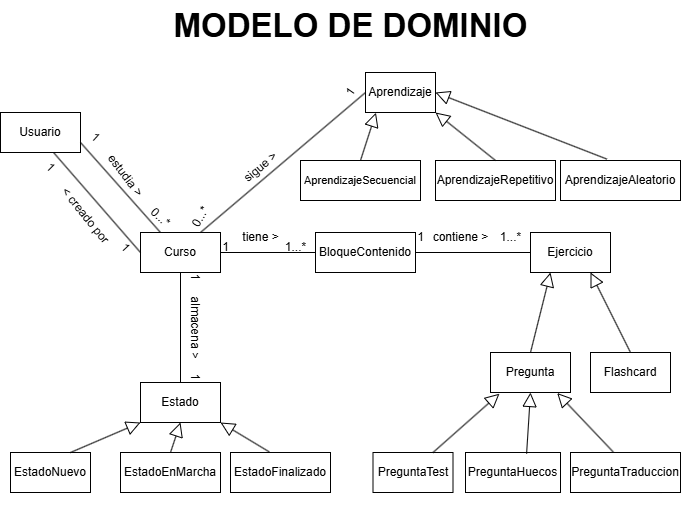
This is DocumentosProyecto/modelo_dominio_proyecto.png from ibracb/duolingo-baratero, a draw.io export, as it was before one commit. Source tidied: cells renumbered, new cells last; positions are measured from the earlier drawing's top-left corner, leaving out a move shared by most shapes.
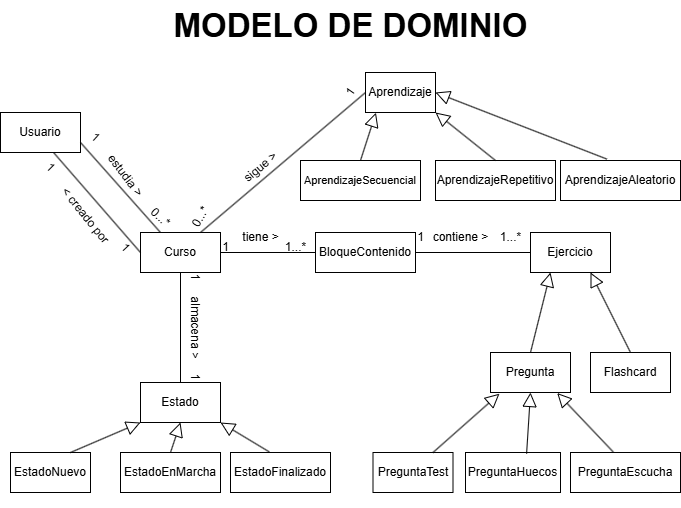
Above is the later version.

Commit message:
Modificando una pregunta, en vez de poner traducción sería escucha

What changed in the source:
```diff
@@ -165,7 +165,7 @@
         <mxPoint x="619" y="471" as="sourcePoint" />
       </mxGeometry>
     </mxCell>
-    <mxCell id="55" value="PreguntaTraduccion" style="whiteSpace=wrap;html=1;align=center;" parent="1" vertex="1">
+    <mxCell id="55" value="PreguntaEscucha" style="whiteSpace=wrap;html=1;align=center;" parent="1" vertex="1">
       <mxGeometry x="570" y="452" width="110" height="40" as="geometry" />
     </mxCell>
   </root>
```
